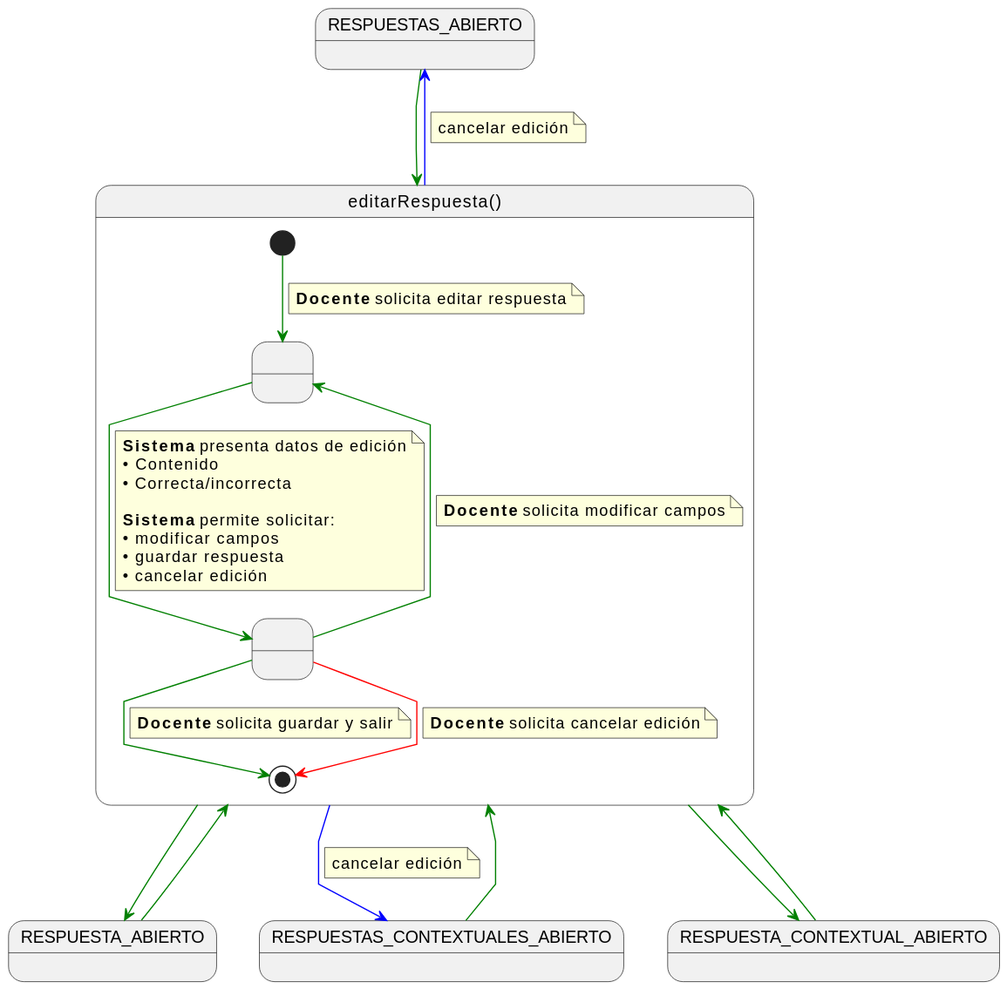
Earlier version of the PlantUML export documents/casos-de-uso/detalladoCasosDeUso/editarRespuesta/editarRespuesta.svg (martinlopez7/25-26-IdSw1-SdR).
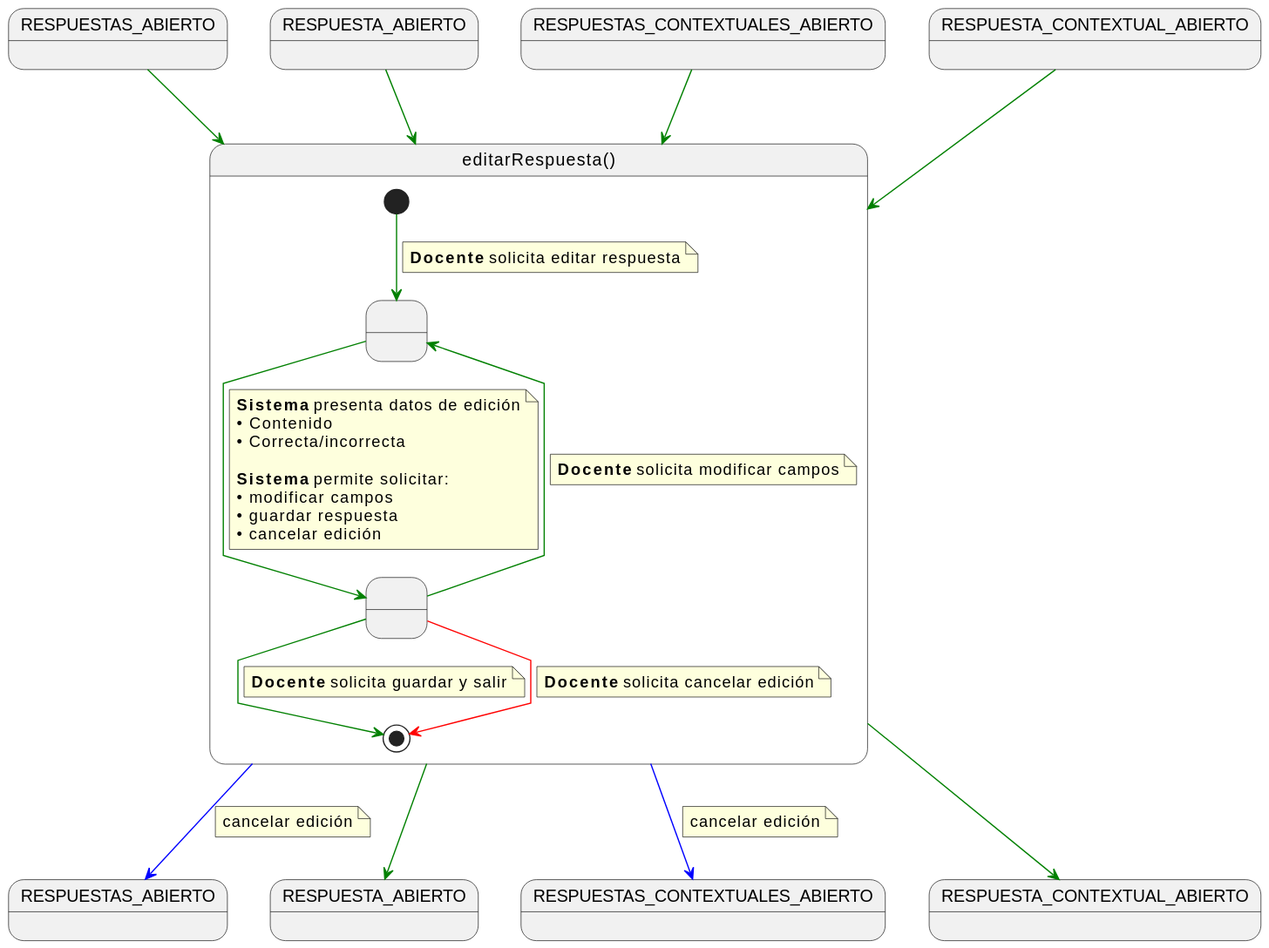
Later version of the same file.

The edit, as a diff of the source:
```diff
@@ -5,6 +5,10 @@
 state RESPUESTA_ABIERTO
 state RESPUESTAS_CONTEXTUALES_ABIERTO
 state RESPUESTA_CONTEXTUAL_ABIERTO
+state RESPUESTAS_ABIERTO2 as "RESPUESTAS_ABIERTO"
+state RESPUESTA_ABIERTO2 as "RESPUESTA_ABIERTO"
+state RESPUESTAS_CONTEXTUALES_ABIERTO2 as "RESPUESTAS_CONTEXTUALES_ABIERTO"
+state RESPUESTA_CONTEXTUAL_ABIERTO2 as "RESPUESTA_CONTEXTUAL_ABIERTO"
 
 RESPUESTAS_ABIERTO -[#green]-> editarRespuesta
 RESPUESTA_ABIERTO -[#green]-> editarRespuesta
@@ -50,15 +54,15 @@
 }
 
 
-editarRespuesta -[#green]-> RESPUESTA_CONTEXTUAL_ABIERTO
-editarRespuesta -[#green]-> RESPUESTA_ABIERTO
+editarRespuesta -[#green]-> RESPUESTA_CONTEXTUAL_ABIERTO2
+editarRespuesta -[#green]-> RESPUESTA_ABIERTO2
 
-editarRespuesta -[#blue]-> RESPUESTAS_ABIERTO
+editarRespuesta -[#blue]-> RESPUESTAS_ABIERTO2
 note on link
 cancelar edición
 end note
 
-editarRespuesta -[#blue]-> RESPUESTAS_CONTEXTUALES_ABIERTO
+editarRespuesta -[#blue]-> RESPUESTAS_CONTEXTUALES_ABIERTO2
 note on link
 cancelar edición
 end note
```
